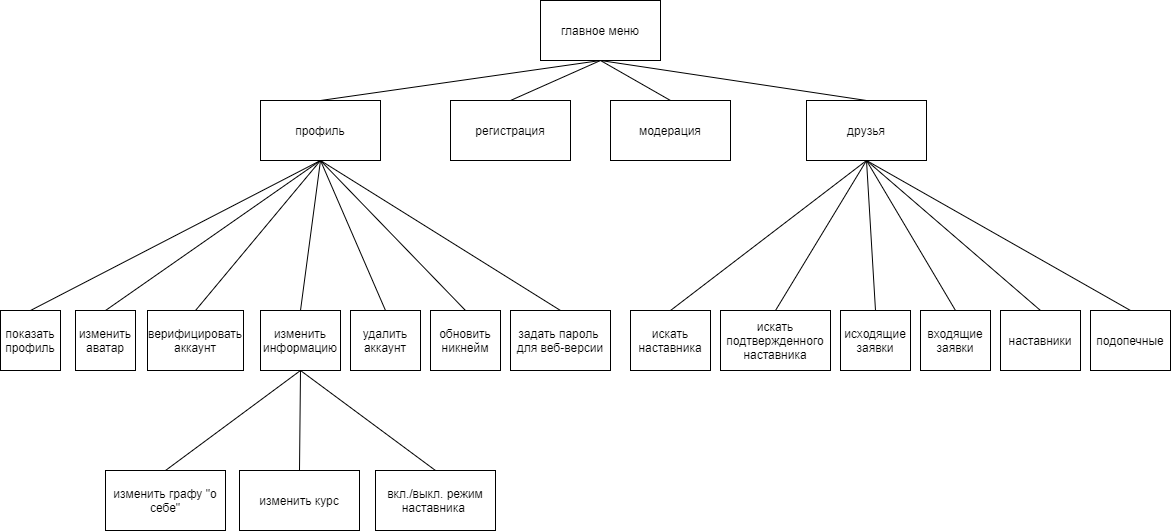
This is курсовая трпс/схемы/иерархии меню.drawio.png from Trickster2038/BmstuDocs5, a draw.io export, as it was before one commit. Source tidied: cells renumbered, new cells last; positions are measured from the earlier drawing's top-left corner, leaving out a move shared by most shapes.
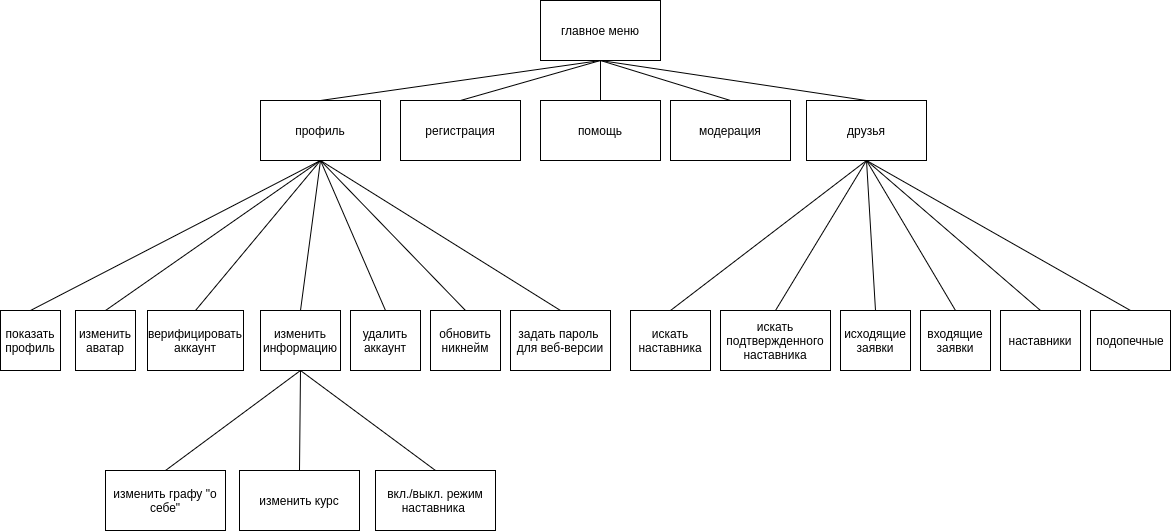
The same file after the commit.

What changed in the source:
```diff
@@ -12,7 +12,7 @@
       <mxGeometry relative="1" as="geometry" />
     </mxCell>
     <mxCell id="5" value="регистрация" style="rounded=0;whiteSpace=wrap;html=1;" parent="1" vertex="1">
-      <mxGeometry x="450" y="100" width="120" height="60" as="geometry" />
+      <mxGeometry x="400" y="100" width="120" height="60" as="geometry" />
     </mxCell>
     <mxCell id="6" style="edgeStyle=none;rounded=0;jettySize=auto;html=1;exitX=0.5;exitY=1;exitDx=0;exitDy=0;entryX=0.5;entryY=0;entryDx=0;entryDy=0;endArrow=none;endFill=0;" parent="1" edge="1" source="8" target="22">
       <mxGeometry relative="1" as="geometry" />
@@ -127,7 +127,13 @@
       <mxGeometry relative="1" as="geometry" />
     </mxCell>
     <mxCell id="42" value="модерация" style="rounded=0;whiteSpace=wrap;html=1;" parent="1" vertex="1">
-      <mxGeometry x="610" y="100" width="120" height="60" as="geometry" />
+      <mxGeometry x="670" y="100" width="120" height="60" as="geometry" />
     </mxCell>
+    <mxCell id="43" style="edgeStyle=orthogonalEdgeStyle;rounded=0;jettySize=auto;html=1;exitX=0.5;exitY=0;exitDx=0;exitDy=0;entryX=0.5;entryY=1;entryDx=0;entryDy=0;endArrow=none;endFill=0;" parent="1" edge="1" source="44" target="3">
+      <mxGeometry relative="1" as="geometry" />
+    </mxCell>
+    <mxCell id="44" value="помощь" style="rounded=0;whiteSpace=wrap;html=1;" parent="1" vertex="1">
+      <mxGeometry x="540" y="100" width="120" height="60" as="geometry" />
+    </mxCell>
   </root>
 </mxGraphModel>
```
